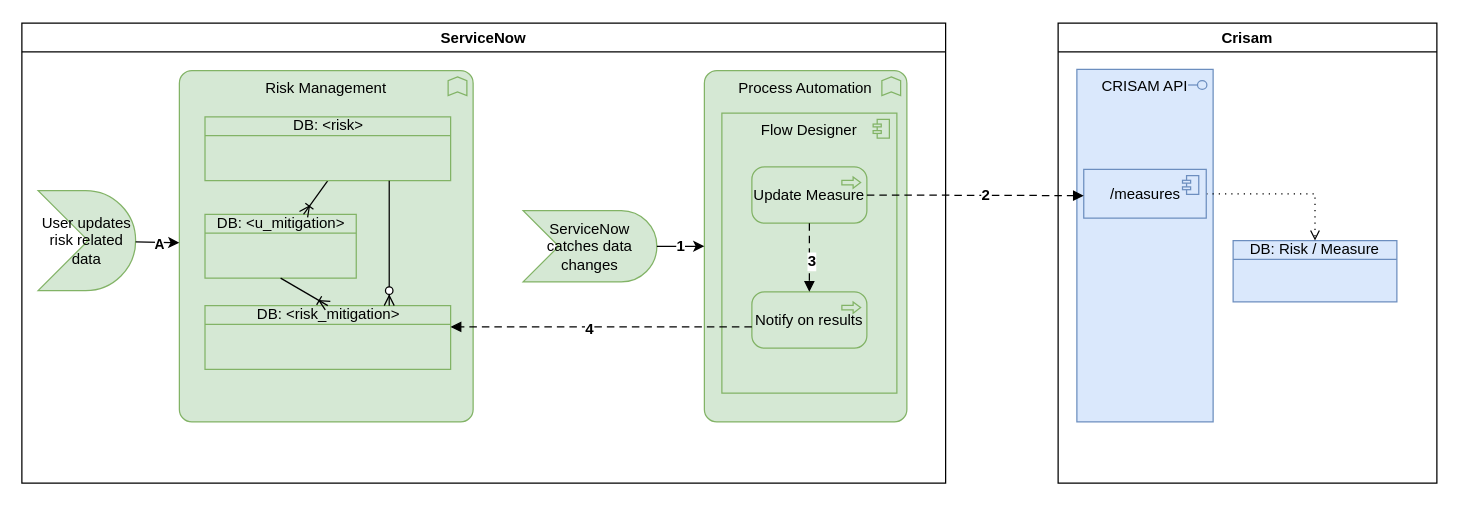
Above: page "SN2Crisam" (15 of 16) of AldiCrisam.drawio in algimas/tmp (draw.io), before the change. Source tidied: cells renumbered, new cells numbered last; positions are measured from the earlier drawing's top-left corner, leaving out a move shared by most shapes. Both pictures are drawn from the tidied source at 125%, with x=0, y=0 at pixel (21, 22).
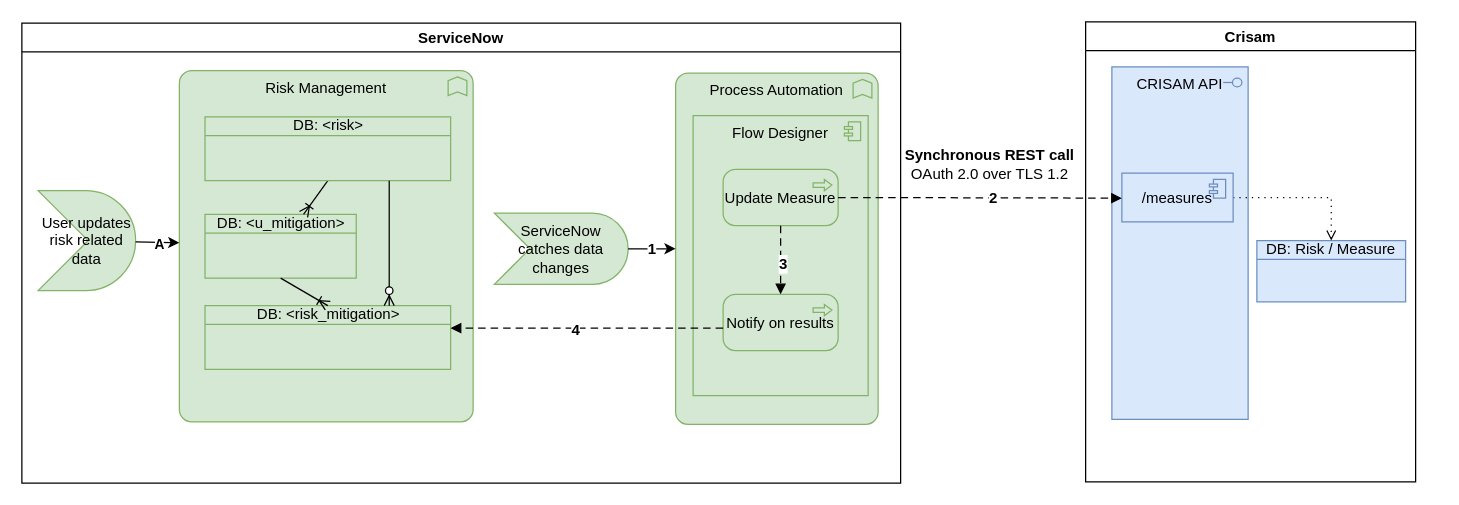
The same diagram, later.

Diff of the diagram source:
```diff
@@
     <mxCell id="2" value="Crisam" style="swimlane;" parent="1" vertex="1">
-      <mxGeometry x="829" width="303" height="368" as="geometry" />
+      <mxGeometry x="851" y="-1" width="264" height="368" as="geometry" />
     </mxCell>
     <mxCell id="3" value="CRISAM API" style="html=1;whiteSpace=wrap;fillColor=#dae8fc;shape=mxgraph.archimate3.application;appType=interface;archiType=square;strokeColor=#6c8ebf;verticalAlign=top;" parent="2" vertex="1">
-      <mxGeometry x="15" y="37" width="109" height="282" as="geometry" />
+      <mxGeometry x="21" y="36" width="109" height="282" as="geometry" />
     </mxCell>
     <mxCell id="4" value="DB: Risk / Measure" style="html=1;outlineConnect=0;whiteSpace=wrap;fillColor=#dae8fc;shape=mxgraph.archimate3.businessObject;overflow=fill;strokeColor=#6c8ebf;" parent="2" vertex="1">
-      <mxGeometry x="140" y="174" width="131" height="49" as="geometry" />
+      <mxGeometry x="137" y="175" width="119" height="49" as="geometry" />
     </mxCell>
@@
     <mxCell id="6" value="/measures" style="html=1;outlineConnect=0;whiteSpace=wrap;fillColor=#dae8fc;shape=mxgraph.archimate3.application;appType=comp;archiType=square;strokeColor=#6c8ebf;" parent="2" vertex="1">
-      <mxGeometry x="20.5" y="117" width="98" height="39" as="geometry" />
+      <mxGeometry x="29" y="121" width="89" height="39" as="geometry" />
     </mxCell>
     <mxCell id="7" value="ServiceNow" style="swimlane;" parent="1" vertex="1">
-      <mxGeometry width="739" height="368" as="geometry" />
+      <mxGeometry width="703" height="368" as="geometry" />
     </mxCell>
@@
     <mxCell id="13" value="ServiceNow catches data changes" style="html=1;outlineConnect=0;whiteSpace=wrap;fillColor=#d5e8d4;shape=mxgraph.archimate3.event;strokeColor=#82b366;" parent="7" vertex="1">
-      <mxGeometry x="401" y="150" width="107" height="57" as="geometry" />
+      <mxGeometry x="378" y="152" width="107" height="57" as="geometry" />
     </mxCell>
     <mxCell id="14" value="Process Automation" style="html=1;outlineConnect=0;whiteSpace=wrap;fillColor=#d5e8d4;shape=mxgraph.archimate3.application;appType=func;archiType=rounded;strokeColor=#82b366;verticalAlign=top;" parent="7" vertex="1">
-      <mxGeometry x="546" y="38" width="162" height="281" as="geometry" />
+      <mxGeometry x="523" y="40" width="162" height="281" as="geometry" />
     </mxCell>
     <mxCell id="15" value="Flow Designer" style="html=1;whiteSpace=wrap;fillColor=#d5e8d4;shape=mxgraph.archimate3.application;appType=comp;archiType=square;verticalAlign=top;strokeColor=#82b366;" parent="7" vertex="1">
-      <mxGeometry x="560" y="72" width="140" height="224" as="geometry" />
+      <mxGeometry x="537" y="74" width="140" height="224" as="geometry" />
     </mxCell>
@@
     <mxCell id="20" value="Update Measure" style="html=1;outlineConnect=0;whiteSpace=wrap;fillColor=#d5e8d4;shape=mxgraph.archimate3.application;appType=proc;archiType=rounded;strokeColor=#82b366;" parent="7" vertex="1">
-      <mxGeometry x="584" y="115" width="92" height="45" as="geometry" />
+      <mxGeometry x="561" y="117" width="92" height="45" as="geometry" />
     </mxCell>
     <mxCell id="21" value="Notify on results" style="html=1;outlineConnect=0;whiteSpace=wrap;fillColor=#d5e8d4;shape=mxgraph.archimate3.application;appType=proc;archiType=rounded;strokeColor=#82b366;" parent="7" vertex="1">
-      <mxGeometry x="584" y="215" width="92" height="45" as="geometry" />
+      <mxGeometry x="561" y="217" width="92" height="45" as="geometry" />
     </mxCell>
@@
+    <mxCell id="31" value="&lt;div&gt;&lt;b&gt;Synchronous REST call&lt;/b&gt;&lt;/div&gt;&lt;div&gt;OAuth 2.0 over TLS 1.2&lt;/div&gt;" style="text;html=1;align=center;verticalAlign=middle;strokeColor=none;fillColor=none;" parent="1" vertex="1">
+      <mxGeometry x="697" y="92" width="153" height="41" as="geometry" />
+    </mxCell>
```
